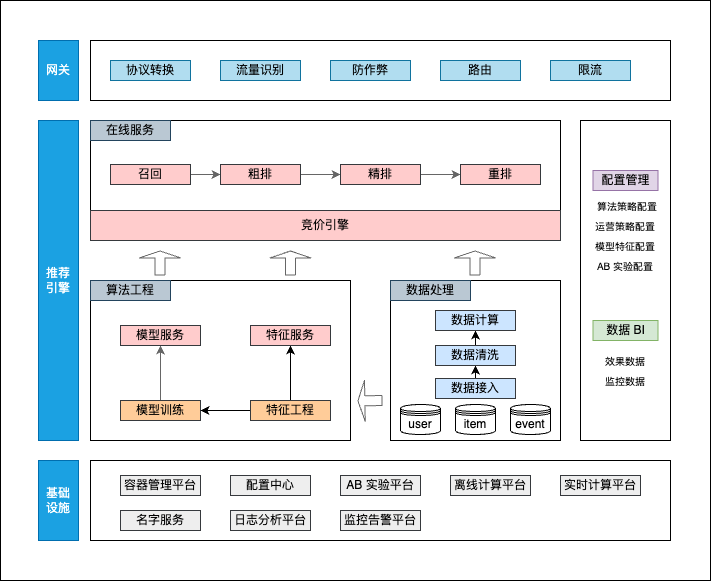
The draw.io diagram docs/system-design.drawio.png in crowaixyz/AdPulse, before a commit. Source tidied: cells renumbered, new cells last; positions are measured from the earlier drawing's top-left corner, leaving out a move shared by most shapes.
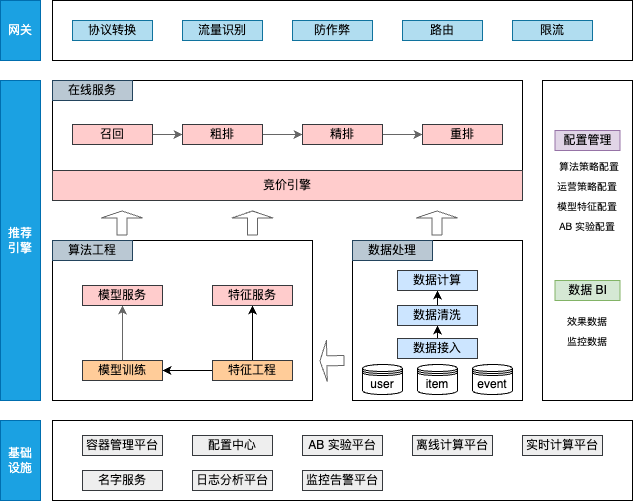
The same file after the commit.

Commit message:
docs: change system design image background

Change to the diagram source:
```diff
@@ -2,9 +2,6 @@
   <root>
     <mxCell id="0" />
     <mxCell id="1" parent="0" />
-    <mxCell id="2" style="rounded=0;whiteSpace=wrap;html=1;" parent="1" vertex="1">
-      <mxGeometry width="710" height="580" as="geometry" />
-    </mxCell>
     <mxCell id="3" value="基础&lt;br&gt;设施" style="rounded=0;whiteSpace=wrap;html=1;fillColor=#1ba1e2;strokeColor=#006EAF;fontColor=#ffffff;" parent="1" vertex="1">
       <mxGeometry x="38" y="460" width="40" height="80" as="geometry" />
     </mxCell>
```
